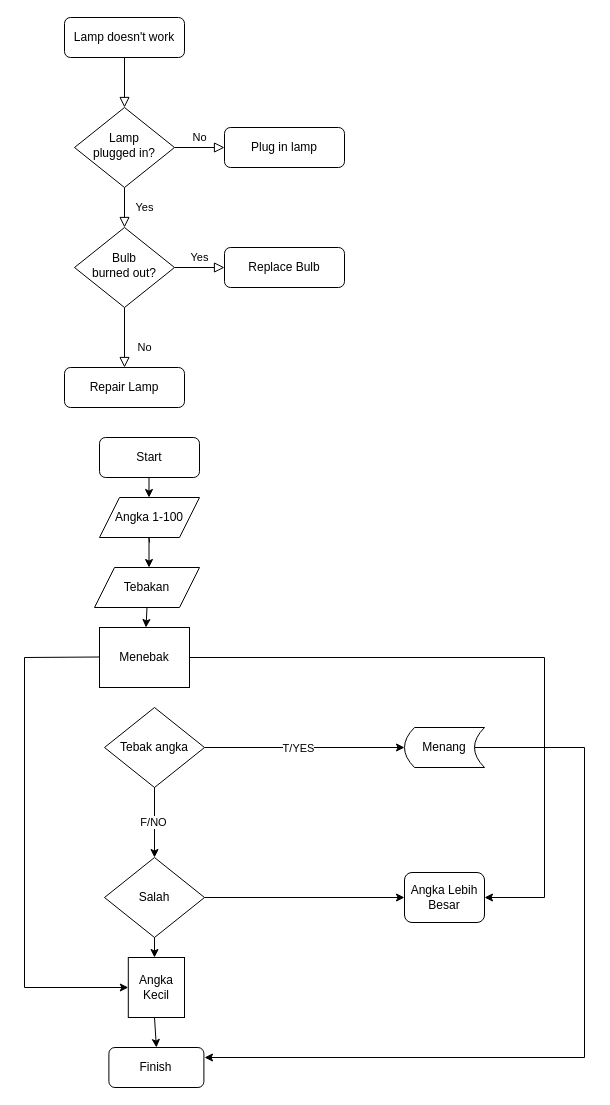
Before: Untitled Diagram.drawio in AgusSetiawan22/algo_A_23241016, a draw.io diagram. Source tidied: cells renumbered, new cells numbered last; positions are measured from the earlier drawing's top-left corner, leaving out a move shared by most shapes. Both pictures are drawn from the tidied source at 100%, with x=0, y=0 at pixel (24, 17).
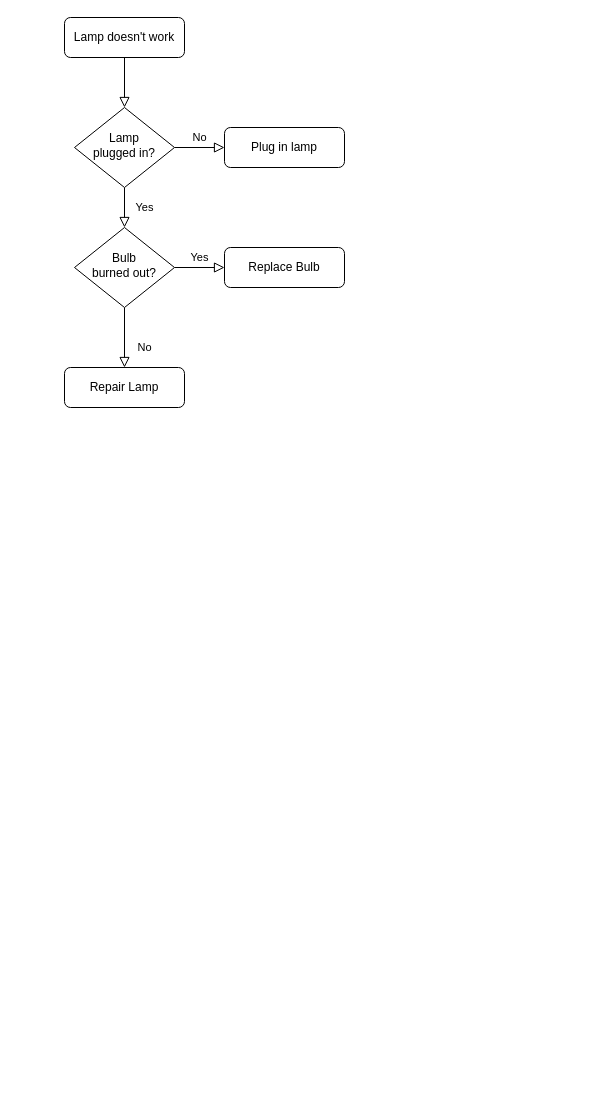
The same diagram, later.

The edit, as a diff of the source:
```diff
@@
-    <mxCell id="13" style="endArrow=classic;html=1;rounded=0;exitX=0.5;exitY=1;exitDx=0;exitDy=0;" parent="1" edge="1">
-      <mxGeometry relative="1" as="geometry">
-        <mxPoint x="124.5" y="460" as="sourcePoint" />
-        <mxPoint x="125" y="480" as="targetPoint" />
-        <Array as="points">
-          <mxPoint x="124.5" y="480" />
-        </Array>
-      </mxGeometry>
-    </mxCell>
-    <mxCell id="14" value="Angka 1-100" style="shape=parallelogram;perimeter=parallelogramPerimeter;whiteSpace=wrap;html=1;fixedSize=1;" parent="1" vertex="1">
-      <mxGeometry x="75" y="480" width="100" height="40" as="geometry" />
-    </mxCell>
-    <mxCell id="15" style="endArrow=classic;html=1;rounded=0;" parent="1" edge="1">
-      <mxGeometry relative="1" as="geometry">
-        <mxPoint x="125" y="525" as="sourcePoint" />
-        <mxPoint x="124.5" y="550" as="targetPoint" />
-        <Array as="points">
-          <mxPoint x="124.5" y="520" />
-        </Array>
-      </mxGeometry>
-    </mxCell>
-    <mxCell id="16" style="endArrow=classic;html=1;rounded=0;exitX=0.5;exitY=1;exitDx=0;exitDy=0;" parent="1" edge="1">
-      <mxGeometry relative="1" as="geometry">
-        <mxPoint x="130" y="760" as="sourcePoint" />
-        <mxPoint x="130" y="840" as="targetPoint" />
-      </mxGeometry>
-    </mxCell>
-    <mxCell id="17" value="F/NO" style="edgeLabel;html=1;align=center;verticalAlign=middle;" parent="16" vertex="1">
-      <mxGeometry x="0.09" y="-2" relative="1" as="geometry" />
-    </mxCell>
-    <mxCell id="18" value="Start" style="rounded=1;whiteSpace=wrap;html=1;" parent="1" vertex="1">
-      <mxGeometry x="75" y="420" width="100" height="40" as="geometry" />
-    </mxCell>
-    <mxCell id="19" value="Tebakan" style="shape=parallelogram;perimeter=parallelogramPerimeter;whiteSpace=wrap;html=1;fixedSize=1;" parent="1" vertex="1">
-      <mxGeometry x="70" y="550" width="105" height="40" as="geometry" />
-    </mxCell>
-    <mxCell id="20" value="Tebak angka" style="rhombus;whiteSpace=wrap;html=1;" parent="1" vertex="1">
-      <mxGeometry x="80" y="690" width="100" height="80" as="geometry" />
-    </mxCell>
-    <mxCell id="21" value="Menang" style="shape=dataStorage;whiteSpace=wrap;html=1;fixedSize=1;size=10;" parent="1" vertex="1">
-      <mxGeometry x="380" y="710" width="80" height="40" as="geometry" />
-    </mxCell>
-    <mxCell id="22" value="Salah" style="rhombus;whiteSpace=wrap;html=1;" parent="1" vertex="1">
-      <mxGeometry x="80" y="840" width="100" height="80" as="geometry" />
-    </mxCell>
-    <mxCell id="23" style="endArrow=classic;html=1;rounded=0;exitX=0.5;exitY=1;exitDx=0;exitDy=0;" parent="1" edge="1" source="19" target="24">
-      <mxGeometry relative="1" as="geometry" />
-    </mxCell>
-    <mxCell id="24" value="Menebak" style="rounded=0;whiteSpace=wrap;html=1;" parent="1" vertex="1">
-      <mxGeometry x="75" y="610" width="90" height="60" as="geometry" />
-    </mxCell>
-    <mxCell id="25" value="Angka Kecil" style="rounded=0;whiteSpace=wrap;html=1;" parent="1" vertex="1">
-      <mxGeometry x="103.8" y="940" width="56.2" height="60" as="geometry" />
-    </mxCell>
-    <mxCell id="26" style="endArrow=classic;html=1;rounded=0;" parent="1" edge="1">
-      <mxGeometry relative="1" as="geometry">
-        <mxPoint x="130" y="920" as="sourcePoint" />
-        <mxPoint x="130" y="940" as="targetPoint" />
-      </mxGeometry>
-    </mxCell>
-    <mxCell id="27" value="Finish" style="rounded=1;whiteSpace=wrap;html=1;" parent="1" vertex="1">
-      <mxGeometry x="84.4" y="1030" width="95" height="40" as="geometry" />
-    </mxCell>
-    <mxCell id="28" style="endArrow=classic;html=1;rounded=0;entryX=0.5;entryY=0;entryDx=0;entryDy=0;" parent="1" edge="1" target="27">
-      <mxGeometry relative="1" as="geometry">
-        <mxPoint x="130" y="1000" as="sourcePoint" />
-      </mxGeometry>
-    </mxCell>
-    <mxCell id="29" value="Angka Lebih Besar" style="rounded=1;whiteSpace=wrap;html=1;" parent="1" vertex="1">
-      <mxGeometry x="380" y="855" width="80" height="50" as="geometry" />
-    </mxCell>
-    <mxCell id="30" style="endArrow=classic;html=1;rounded=0;entryX=0;entryY=0.5;entryDx=0;entryDy=0;" parent="1" edge="1" target="29">
-      <mxGeometry relative="1" as="geometry">
-        <mxPoint x="180" y="880" as="sourcePoint" />
-      </mxGeometry>
-    </mxCell>
-    <mxCell id="31" style="endArrow=classic;html=1;rounded=0;entryX=0;entryY=0.5;entryDx=0;entryDy=0;" parent="1" edge="1" target="21">
-      <mxGeometry relative="1" as="geometry">
-        <mxPoint x="180" y="730" as="sourcePoint" />
-      </mxGeometry>
-    </mxCell>
-    <mxCell id="32" value="T/YES" style="edgeLabel;html=1;align=center;verticalAlign=middle;" parent="31" vertex="1">
-      <mxGeometry x="-0.07" relative="1" as="geometry" />
-    </mxCell>
-    <mxCell id="33" style="endArrow=none;html=1;rounded=0;" parent="1" edge="1">
-      <mxGeometry relative="1" as="geometry">
-        <mxPoint x="450" y="730" as="sourcePoint" />
-        <mxPoint x="560" y="730" as="targetPoint" />
-      </mxGeometry>
-    </mxCell>
-    <mxCell id="34" style="endArrow=none;html=1;rounded=0;" parent="1" edge="1">
-      <mxGeometry relative="1" as="geometry">
-        <mxPoint x="560" y="1040" as="sourcePoint" />
-        <mxPoint x="560" y="730" as="targetPoint" />
-      </mxGeometry>
-    </mxCell>
-    <mxCell id="35" style="endArrow=classic;html=1;rounded=0;" parent="1" edge="1">
-      <mxGeometry relative="1" as="geometry">
-        <mxPoint x="560" y="1040" as="sourcePoint" />
-        <mxPoint x="180" y="1040" as="targetPoint" />
-      </mxGeometry>
-    </mxCell>
-    <mxCell id="36" style="endArrow=none;html=1;rounded=0;" parent="1" edge="1">
-      <mxGeometry relative="1" as="geometry">
-        <mxPoint x="165" y="640" as="sourcePoint" />
-        <mxPoint x="520" y="640" as="targetPoint" />
-      </mxGeometry>
-    </mxCell>
-    <mxCell id="37" style="endArrow=none;html=1;rounded=0;" parent="1" edge="1">
-      <mxGeometry relative="1" as="geometry">
-        <mxPoint x="520" y="640" as="sourcePoint" />
-        <mxPoint x="520" y="880" as="targetPoint" />
-      </mxGeometry>
-    </mxCell>
-    <mxCell id="38" style="endArrow=classic;html=1;rounded=0;entryX=1;entryY=0.5;entryDx=0;entryDy=0;" parent="1" edge="1" target="29">
-      <mxGeometry relative="1" as="geometry">
-        <mxPoint x="520" y="880" as="sourcePoint" />
-      </mxGeometry>
-    </mxCell>
-    <mxCell id="39" style="endArrow=none;html=1;rounded=0;" parent="1" edge="1">
-      <mxGeometry relative="1" as="geometry">
-        <mxPoint x="75" y="639.5" as="sourcePoint" />
-        <mxPoint y="640" as="targetPoint" />
-      </mxGeometry>
-    </mxCell>
-    <mxCell id="40" style="endArrow=none;html=1;rounded=0;" parent="1" edge="1">
-      <mxGeometry relative="1" as="geometry">
-        <mxPoint y="970" as="sourcePoint" />
-        <mxPoint y="640" as="targetPoint" />
-      </mxGeometry>
-    </mxCell>
-    <mxCell id="41" style="endArrow=classic;html=1;rounded=0;entryX=0;entryY=0.5;entryDx=0;entryDy=0;" parent="1" edge="1" target="25">
-      <mxGeometry relative="1" as="geometry">
-        <mxPoint y="970" as="sourcePoint" />
-      </mxGeometry>
-    </mxCell>
```
